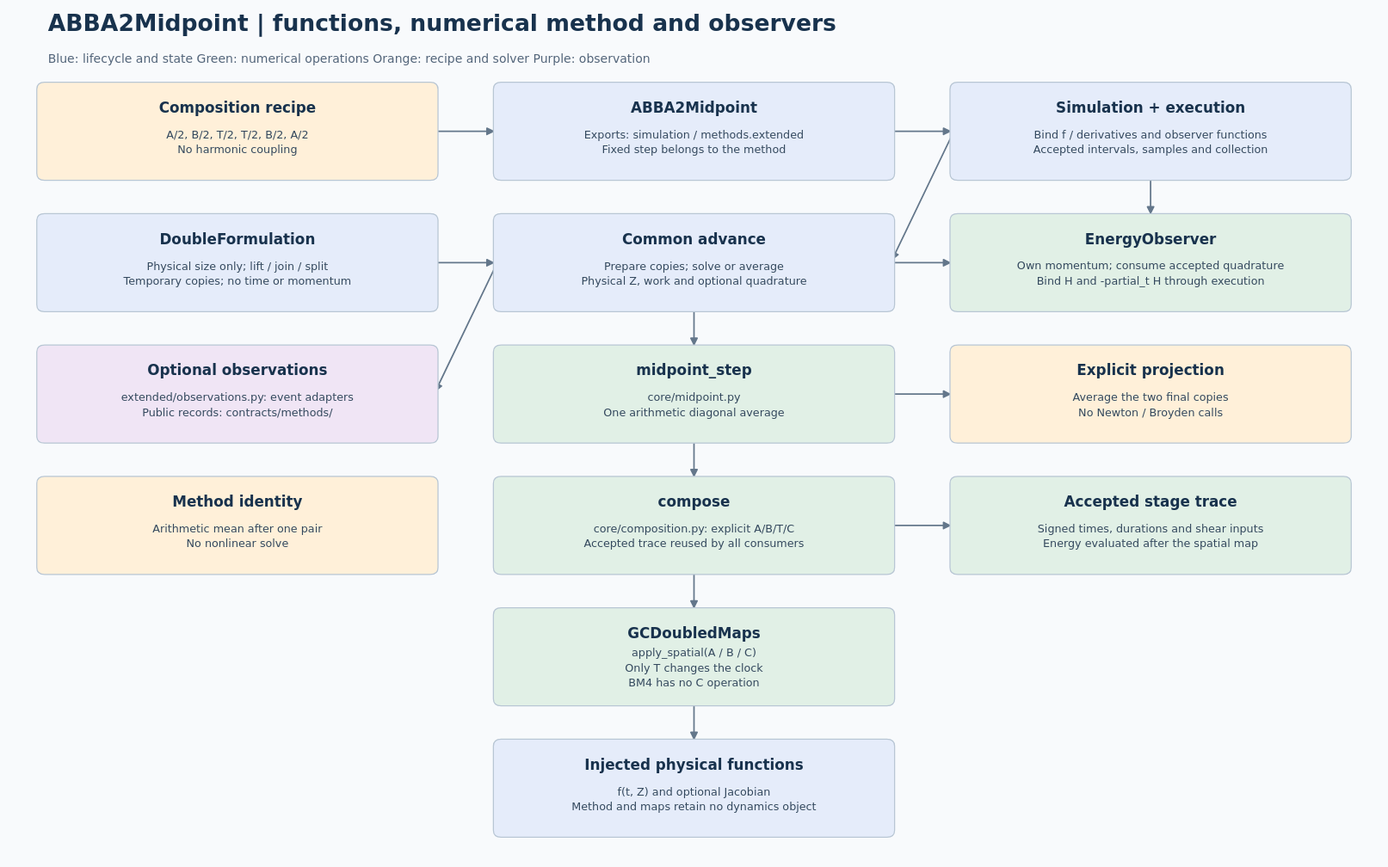
The PlantUML diagram docs/models/abba2-midpoint/simulation/abba2-midpoint-simulation-architecture.svg in Jugibe-52/GC2D_intranet, before a commit. Its source is kept beside it as docs/models/abba2-midpoint/simulation/abba2-midpoint-simulation-architecture.puml.
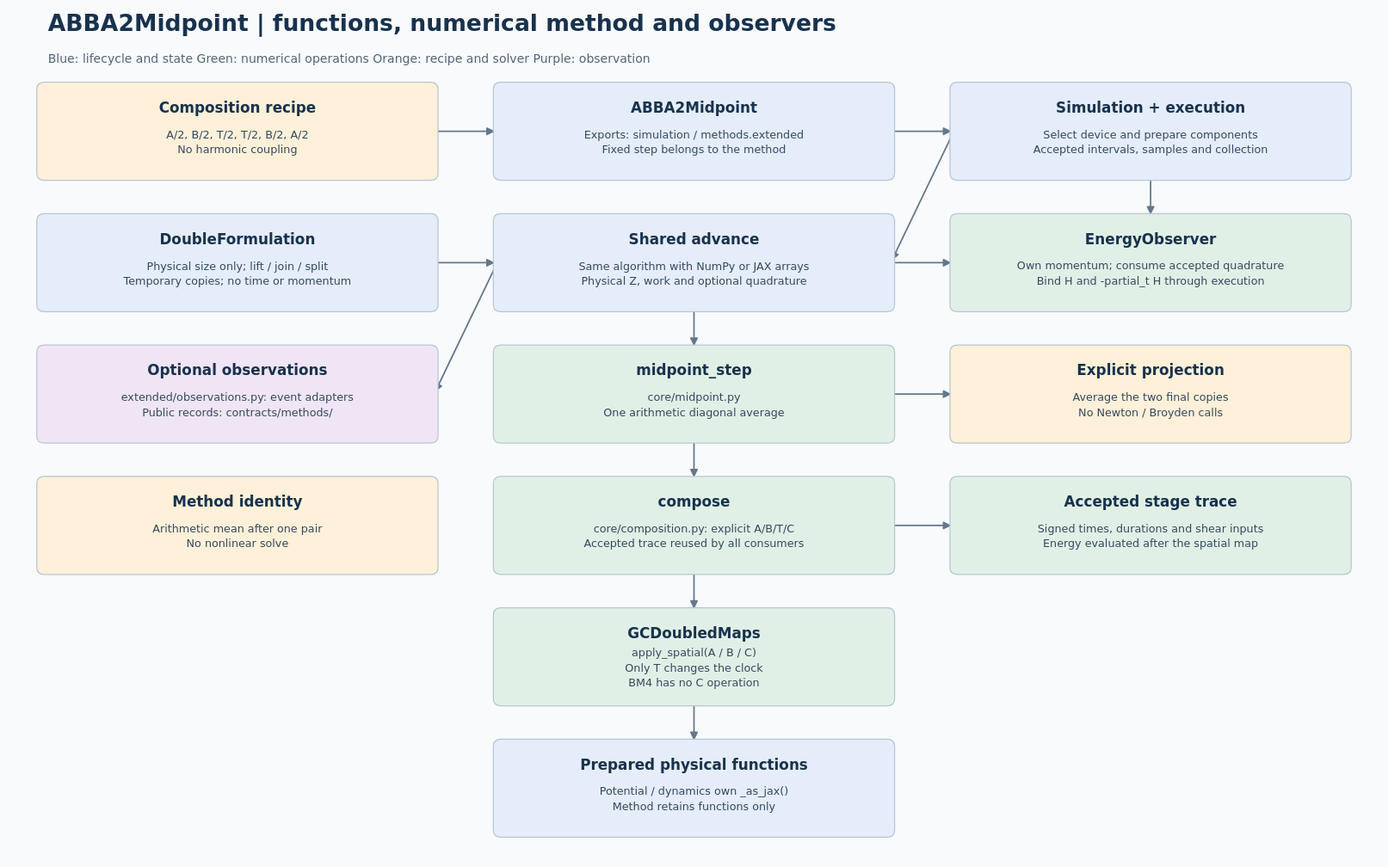
Later version of the same file.

Change to the diagram source:
```diff
@@ -4,9 +4,9 @@
   node [shape=box, style="rounded,filled", fontname="DejaVu Sans"];
   recipe [label="Composition recipe\nA/2, B/2, T/2, T/2, B/2, A/2\nNo harmonic coupling", fillcolor="#fff0d9"];
   method [label="ABBA2Midpoint\nExports: simulation / methods.extended\nFixed step belongs to the method", fillcolor="#e5ecfa"];
-  driver [label="Simulation + execution\nBind f / derivatives and observer functions\nAccepted intervals, samples and collection", fillcolor="#e5ecfa"];
+  driver [label="Simulation + execution\nSelect device and prepare components\nAccepted intervals, samples and collection", fillcolor="#e5ecfa"];
   state [label="DoubleFormulation\nPhysical size only; lift / join / split\nTemporary copies; no time or momentum", fillcolor="#e5ecfa"];
-  advance [label="Common advance\nPrepare copies; solve or average\nPhysical Z, work and optional quadrature", fillcolor="#e5ecfa"];
+  advance [label="Shared advance\nSame algorithm with NumPy or JAX arrays\nPhysical Z, work and optional quadrature", fillcolor="#e5ecfa"];
   energy [label="EnergyObserver\nOwn momentum; consume accepted quadrature\nBind H and -partial_t H through execution", fillcolor="#e1f0e6"];
   observe [label="Optional observations\nextended/observations.py: event adapters\nPublic records: contracts/methods/", fillcolor="#f0e5f5"];
   projection [label="midpoint_step\ncore/midpoint.py\nOne arithmetic diagonal average", fillcolor="#e1f0e6"];
@@ -15,7 +15,7 @@
   compose [label="compose\ncore/composition.py: explicit A/B/T/C\nAccepted trace reused by all consumers", fillcolor="#e1f0e6"];
   tangent [label="Accepted stage trace\nSigned times, durations and shear inputs\nEnergy evaluated after the spatial map", fillcolor="#e1f0e6"];
   maps [label="GCDoubledMaps\napply_spatial(A / B / C)\nOnly T changes the clock\nBM4 has no C operation", fillcolor="#e1f0e6"];
-  dynamics [label="Injected physical functions\nf(t, Z) and optional Jacobian\nMethod and maps retain no dynamics object", fillcolor="#e5ecfa"];
+  dynamics [label="Prepared physical functions\nPotential / dynamics own _as_jax()\nMethod retains functions only", fillcolor="#e5ecfa"];
   recipe -> method;
   method -> driver;
   driver -> advance;
```
